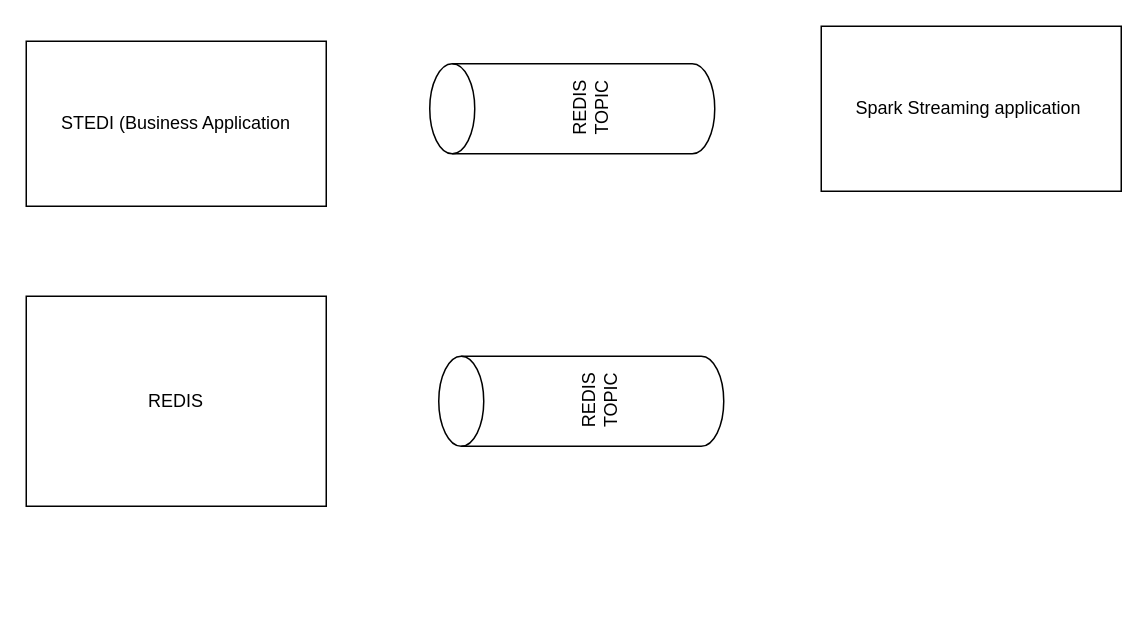
Above: project/Untitled Diagram.drawio in st185229/human-balance-evaluation-data-streaming (draw.io), before the change. Source tidied: cells renumbered, new cells numbered last; positions are measured from the earlier drawing's top-left corner, leaving out a move shared by most shapes. Both pictures are drawn from the tidied source at 150%, with x=0, y=0 at pixel (26, -34).
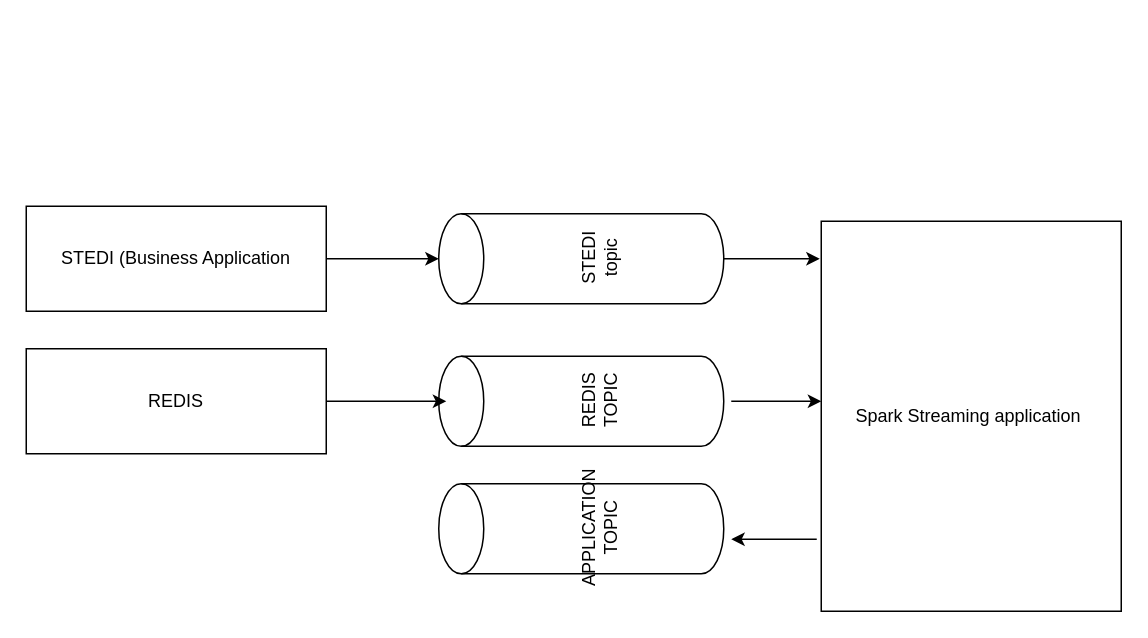
The same page after the edit.

Diff of the diagram source:
```diff
@@
 <mxGraphModel>
   <root>
     <mxCell id="0" />
     <mxCell id="1" parent="0" />
     <mxCell id="2" value="STEDI (Business Application" style="rounded=0;whiteSpace=wrap;html=1;" parent="1" vertex="1">
-      <mxGeometry y="50" width="200" height="110" as="geometry" />
+      <mxGeometry y="160" width="200" height="70" as="geometry" />
     </mxCell>
     <mxCell id="3" value="Spark Streaming application&amp;nbsp;" style="rounded=0;whiteSpace=wrap;html=1;" parent="1" vertex="1">
-      <mxGeometry x="530" y="40" width="200" height="110" as="geometry" />
+      <mxGeometry x="530" y="170" width="200" height="260" as="geometry" />
     </mxCell>
     <mxCell id="4" value="REDIS" style="rounded=0;whiteSpace=wrap;html=1;" parent="1" vertex="1">
-      <mxGeometry y="220" width="200" height="140" as="geometry" />
+      <mxGeometry y="255" width="200" height="70" as="geometry" />
     </mxCell>
     <mxCell id="5" value="REDIS TOPIC" style="shape=cylinder3;whiteSpace=wrap;html=1;boundedLbl=1;backgroundOutline=1;size=15;rotation=-90;" parent="1" vertex="1">
       <mxGeometry x="340" y="195" width="60" height="190" as="geometry" />
     </mxCell>
-    <mxCell id="6" value="REDIS TOPIC" style="shape=cylinder3;whiteSpace=wrap;html=1;boundedLbl=1;backgroundOutline=1;size=15;rotation=-90;" parent="1" vertex="1">
-      <mxGeometry x="334" width="60" height="190" as="geometry" />
+    <mxCell id="6" value="STEDI topic" style="shape=cylinder3;whiteSpace=wrap;html=1;boundedLbl=1;backgroundOutline=1;size=15;rotation=-90;" parent="1" vertex="1">
+      <mxGeometry x="340" y="100" width="60" height="190" as="geometry" />
     </mxCell>
+    <mxCell id="7" style="endArrow=classic;html=1;entryX=0.5;entryY=0;entryDx=0;entryDy=0;entryPerimeter=0;exitX=1;exitY=0.5;exitDx=0;exitDy=0;" parent="1" edge="1" source="2" target="6">
+      <mxGeometry relative="1" as="geometry" />
+    </mxCell>
+    <mxCell id="8" style="endArrow=classic;html=1;exitX=1;exitY=0.5;exitDx=0;exitDy=0;" parent="1" edge="1" source="4">
+      <mxGeometry relative="1" as="geometry">
+        <mxPoint x="280" y="290" as="targetPoint" />
+      </mxGeometry>
+    </mxCell>
+    <mxCell id="9" style="endArrow=classic;html=1;exitX=0.5;exitY=1;exitDx=0;exitDy=0;exitPerimeter=0;" parent="1" edge="1" source="6">
+      <mxGeometry relative="1" as="geometry">
+        <mxPoint x="529" y="195" as="targetPoint" />
+      </mxGeometry>
+    </mxCell>
+    <mxCell id="10" style="endArrow=classic;html=1;" parent="1" edge="1">
+      <mxGeometry relative="1" as="geometry">
+        <mxPoint x="470" y="290" as="sourcePoint" />
+        <mxPoint x="530" y="290" as="targetPoint" />
+      </mxGeometry>
+    </mxCell>
+    <mxCell id="11" value="APPLICATION TOPIC" style="shape=cylinder3;whiteSpace=wrap;html=1;boundedLbl=1;backgroundOutline=1;size=15;rotation=-90;" parent="1" vertex="1">
+      <mxGeometry x="340" y="280" width="60" height="190" as="geometry" />
+    </mxCell>
+    <mxCell id="12" style="endArrow=classic;html=1;" parent="1" edge="1">
+      <mxGeometry relative="1" as="geometry">
+        <mxPoint x="527" y="382" as="sourcePoint" />
+        <mxPoint x="470" y="382" as="targetPoint" />
+      </mxGeometry>
+    </mxCell>
   </root>
 </mxGraphModel>
```
